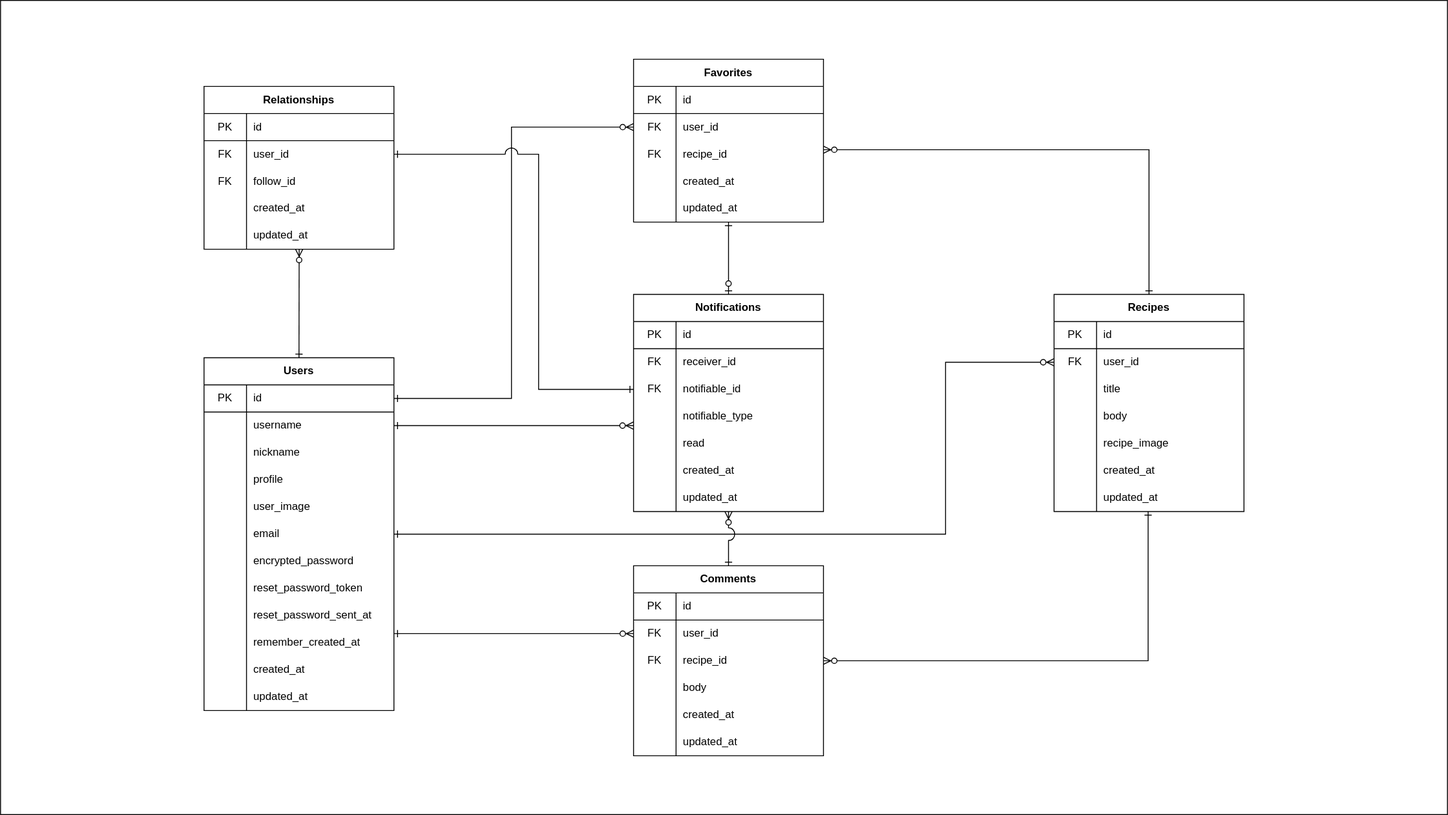
kwtuku/recipegram keeps this draw.io diagram as er_diagram.drawio.svg. Above is the earlier version. Source tidied: cells renumbered, new cells last; positions are measured from the earlier drawing's top-left corner, leaving out a move shared by most shapes.
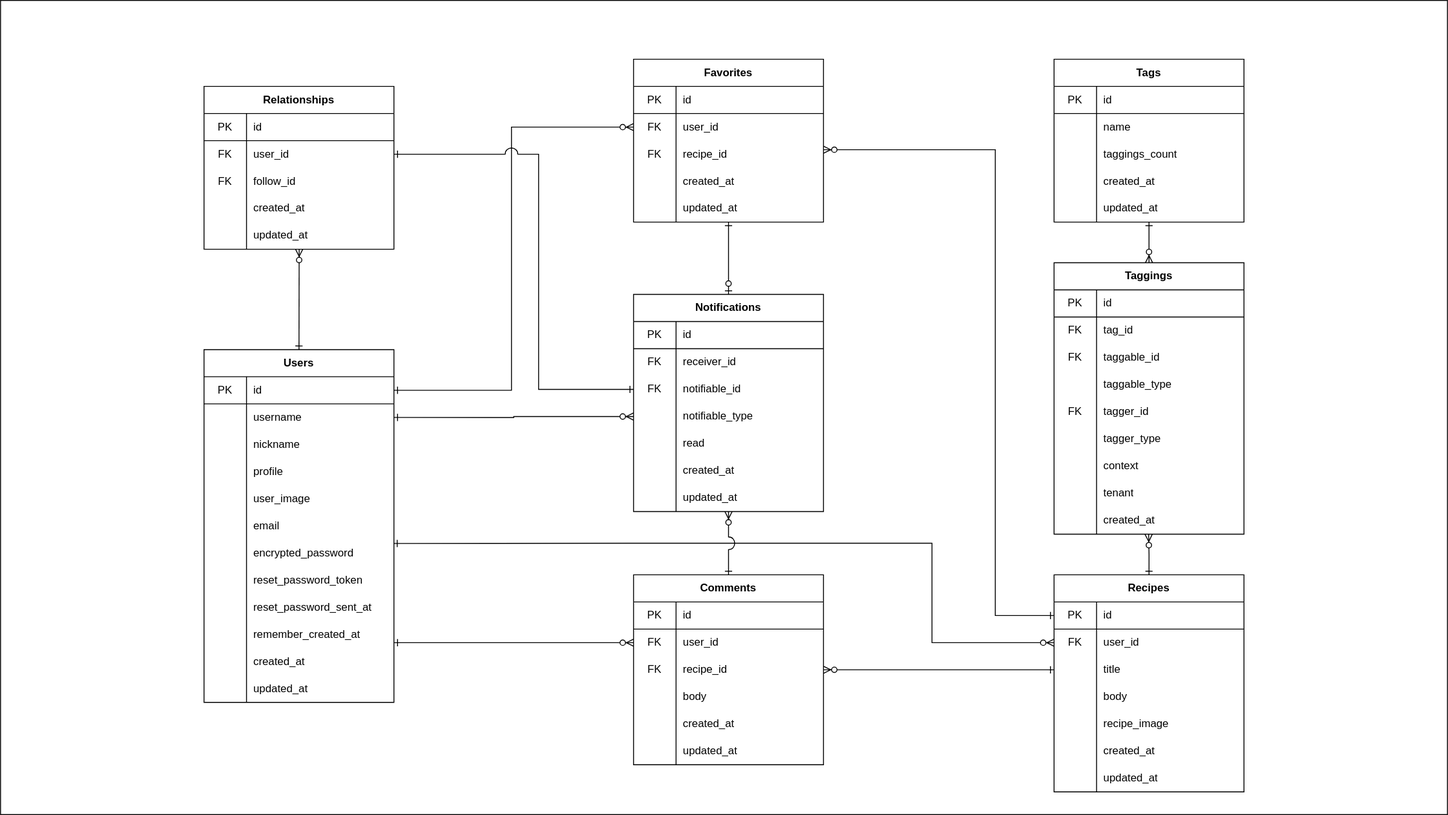
After the change.

Commit message:
chore: ER図とREADMEにタグ機能の詳細を追加

The edit, as a diff of the source:
```diff
@@ -6,7 +6,7 @@
       <mxGeometry width="1600" height="900" as="geometry" />
     </mxCell>
     <mxCell id="3" value="Users" style="shape=table;html=1;whiteSpace=wrap;startSize=30;rowLines=0;fontStyle=1;align=center;" parent="1" vertex="1">
-      <mxGeometry x="225" y="395" width="210" height="390" as="geometry" />
+      <mxGeometry x="225" y="386" width="210" height="390" as="geometry" />
     </mxCell>
     <mxCell id="4" style="shape=partialRectangle;html=1;whiteSpace=wrap;fillColor=none;top=0;left=0;bottom=1;right=0;points=[[0,0.5],[1,0.5]];portConstraint=eastwest;" parent="3" vertex="1">
       <mxGeometry y="30" width="210" height="30" as="geometry" />
@@ -123,8 +123,11 @@
         </Array>
       </mxGeometry>
     </mxCell>
+    <mxCell id="147" style="edgeStyle=orthogonalEdgeStyle;rounded=0;jettySize=auto;html=1;exitX=0.5;exitY=0;exitDx=0;exitDy=0;entryX=0.498;entryY=1.008;entryDx=0;entryDy=0;entryPerimeter=0;startArrow=ERone;startFill=0;endArrow=ERzeroToMany;endFill=1;" parent="1" edge="1" source="41" target="190">
+      <mxGeometry relative="1" as="geometry" />
+    </mxCell>
     <mxCell id="41" value="Recipes" style="shape=table;html=1;whiteSpace=wrap;startSize=30;rowLines=0;fontStyle=1;align=center;" parent="1" vertex="1">
-      <mxGeometry x="1165" y="325" width="210" height="240" as="geometry" />
+      <mxGeometry x="1165" y="635" width="210" height="240" as="geometry" />
     </mxCell>
     <mxCell id="42" style="shape=partialRectangle;html=1;whiteSpace=wrap;fillColor=none;top=0;left=0;bottom=1;right=0;points=[[0,0.5],[1,0.5]];portConstraint=eastwest;" parent="41" vertex="1">
       <mxGeometry y="30" width="210" height="30" as="geometry" />
@@ -190,7 +193,7 @@
       <mxGeometry x="47" width="163" height="30" as="geometry" />
     </mxCell>
     <mxCell id="63" value="Comments" style="shape=table;html=1;whiteSpace=wrap;startSize=30;rowLines=0;fontStyle=1;align=center;flipH=1;" parent="1" vertex="1">
-      <mxGeometry x="700" y="625" width="210" height="210" as="geometry" />
+      <mxGeometry x="700" y="635" width="210" height="210" as="geometry" />
     </mxCell>
     <mxCell id="64" style="shape=partialRectangle;html=1;whiteSpace=wrap;fillColor=none;top=0;left=0;bottom=1;right=0;" parent="63" vertex="1">
       <mxGeometry y="30" width="210" height="30" as="geometry" />
@@ -413,13 +416,13 @@
     </mxCell>
     <mxCell id="137" style="edgeStyle=none;rounded=0;jettySize=auto;html=1;startArrow=ERone;startFill=0;endArrow=ERzeroToMany;endFill=1;entryX=0;entryY=0.5;entryDx=0;entryDy=0;" parent="1" edge="1" target="67">
       <mxGeometry relative="1" as="geometry">
-        <mxPoint x="435" y="700" as="sourcePoint" />
+        <mxPoint x="435" y="710" as="sourcePoint" />
       </mxGeometry>
     </mxCell>
     <mxCell id="138" style="edgeStyle=none;rounded=0;jettySize=auto;html=1;entryX=0;entryY=0.5;entryDx=0;entryDy=0;startArrow=ERone;startFill=0;endArrow=ERzeroToMany;endFill=1;exitX=1;exitY=0.5;exitDx=0;exitDy=0;" parent="1" edge="1" source="4" target="86">
       <mxGeometry relative="1" as="geometry">
         <Array as="points">
-          <mxPoint x="565" y="440" />
+          <mxPoint x="565" y="431" />
           <mxPoint x="565" y="140" />
         </Array>
       </mxGeometry>
@@ -429,32 +432,28 @@
         <mxPoint x="431" y="665" as="sourcePoint" />
       </mxGeometry>
     </mxCell>
-    <mxCell id="140" style="edgeStyle=none;rounded=0;jettySize=auto;html=1;startArrow=ERone;startFill=0;endArrow=ERzeroToMany;endFill=1;exitX=1;exitY=0.5;exitDx=0;exitDy=0;entryX=0;entryY=0.5;entryDx=0;entryDy=0;" parent="1" edge="1" source="19" target="45">
+    <mxCell id="140" style="edgeStyle=none;rounded=0;jettySize=auto;html=1;startArrow=ERone;startFill=0;endArrow=ERzeroToMany;endFill=1;entryX=0;entryY=0.5;entryDx=0;entryDy=0;exitX=0.998;exitY=0.144;exitDx=0;exitDy=0;exitPerimeter=0;" parent="1" edge="1" source="22" target="45">
       <mxGeometry relative="1" as="geometry">
         <Array as="points">
-          <mxPoint x="695" y="590" />
-          <mxPoint x="1045" y="590" />
-          <mxPoint x="1045" y="400" />
+          <mxPoint x="695" y="600" />
+          <mxPoint x="1030" y="600" />
+          <mxPoint x="1030" y="710" />
         </Array>
       </mxGeometry>
     </mxCell>
-    <mxCell id="141" style="edgeStyle=none;rounded=0;jettySize=auto;html=1;startArrow=ERone;startFill=0;endArrow=ERzeroToMany;endFill=1;entryX=1;entryY=0.5;entryDx=0;entryDy=0;" parent="1" edge="1" target="70">
-      <mxGeometry relative="1" as="geometry">
-        <mxPoint x="1269" y="565" as="sourcePoint" />
-        <Array as="points">
-          <mxPoint x="1269" y="730" />
-        </Array>
-      </mxGeometry>
+    <mxCell id="141" style="edgeStyle=none;rounded=0;jettySize=auto;html=1;startArrow=ERone;startFill=0;endArrow=ERzeroToMany;endFill=1;entryX=1;entryY=0.5;entryDx=0;entryDy=0;exitX=0;exitY=0.5;exitDx=0;exitDy=0;" parent="1" edge="1" source="48" target="70">
+      <mxGeometry relative="1" as="geometry" />
     </mxCell>
-    <mxCell id="142" style="edgeStyle=none;rounded=0;jettySize=auto;html=1;startArrow=ERone;startFill=0;endArrow=ERzeroToMany;endFill=1;exitX=0.5;exitY=0;exitDx=0;exitDy=0;" parent="1" edge="1" source="41">
+    <mxCell id="142" style="edgeStyle=none;rounded=0;jettySize=auto;html=1;startArrow=ERone;startFill=0;endArrow=ERzeroToMany;endFill=1;exitX=0;exitY=0.5;exitDx=0;exitDy=0;" parent="1" edge="1" source="42">
       <mxGeometry relative="1" as="geometry">
         <mxPoint x="910" y="165" as="targetPoint" />
         <Array as="points">
-          <mxPoint x="1270" y="165" />
+          <mxPoint x="1100" y="680" />
+          <mxPoint x="1100" y="165" />
         </Array>
       </mxGeometry>
     </mxCell>
-    <mxCell id="143" style="edgeStyle=orthogonalEdgeStyle;rounded=0;jumpStyle=arc;jumpSize=14;jettySize=auto;html=1;exitX=1;exitY=0.5;exitDx=0;exitDy=0;startArrow=ERone;startFill=0;endArrow=ERzeroToMany;endFill=1;entryX=-0.001;entryY=0.834;entryDx=0;entryDy=0;entryPerimeter=0;" parent="1" edge="1" source="7" target="124">
+    <mxCell id="143" style="edgeStyle=orthogonalEdgeStyle;rounded=0;jumpStyle=arc;jumpSize=14;jettySize=auto;html=1;exitX=1;exitY=0.5;exitDx=0;exitDy=0;startArrow=ERone;startFill=0;endArrow=ERzeroToMany;endFill=1;entryX=0;entryY=0.5;entryDx=0;entryDy=0;" parent="1" edge="1" source="7" target="124">
       <mxGeometry relative="1" as="geometry" />
     </mxCell>
     <mxCell id="144" style="edgeStyle=orthogonalEdgeStyle;rounded=0;jettySize=auto;html=1;exitX=1;exitY=0.5;exitDx=0;exitDy=0;entryX=0;entryY=0.5;entryDx=0;entryDy=0;jumpStyle=arc;jumpSize=14;startArrow=ERone;startFill=0;endArrow=ERone;endFill=0;" parent="1" edge="1" source="102" target="121">
@@ -475,5 +474,140 @@
         <mxPoint x="805" y="565" as="targetPoint" />
       </mxGeometry>
     </mxCell>
+    <mxCell id="148" style="edgeStyle=none;rounded=0;jettySize=auto;html=1;exitX=0.5;exitY=1;exitDx=0;exitDy=0;entryX=0.5;entryY=0;entryDx=0;entryDy=0;startArrow=ERone;startFill=0;endArrow=ERzeroToMany;endFill=1;" parent="1" edge="1" source="149" target="165">
+      <mxGeometry relative="1" as="geometry" />
+    </mxCell>
+    <mxCell id="149" value="Tags" style="shape=table;html=1;whiteSpace=wrap;startSize=30;rowLines=0;fontStyle=1;align=center;" parent="1" vertex="1">
+      <mxGeometry x="1165" y="65" width="210" height="180" as="geometry" />
+    </mxCell>
+    <mxCell id="150" style="shape=partialRectangle;html=1;whiteSpace=wrap;fillColor=none;top=0;left=0;bottom=1;right=0;" parent="149" vertex="1">
+      <mxGeometry y="30" width="210" height="30" as="geometry" />
+    </mxCell>
+    <mxCell id="151" value="PK" style="shape=partialRectangle;html=1;whiteSpace=wrap;fillColor=none;top=0;left=0;bottom=0;right=0;overflow=hidden;" parent="150" vertex="1">
+      <mxGeometry width="47" height="30" as="geometry" />
+    </mxCell>
+    <mxCell id="152" value="id" style="shape=partialRectangle;html=1;whiteSpace=wrap;fillColor=none;top=0;left=0;bottom=0;right=0;align=left;spacingLeft=6;overflow=hidden;" parent="150" vertex="1">
+      <mxGeometry x="47" width="163" height="30" as="geometry" />
+    </mxCell>
+    <mxCell id="153" style="shape=partialRectangle;html=1;whiteSpace=wrap;fillColor=none;top=0;left=0;bottom=0;right=0;" parent="149" vertex="1">
+      <mxGeometry y="60" width="210" height="30" as="geometry" />
+    </mxCell>
+    <mxCell id="154" style="shape=partialRectangle;html=1;whiteSpace=wrap;fillColor=none;top=0;left=0;bottom=0;right=0;overflow=hidden;" parent="153" vertex="1">
+      <mxGeometry width="47" height="30" as="geometry" />
+    </mxCell>
+    <mxCell id="155" value="name" style="shape=partialRectangle;html=1;whiteSpace=wrap;fillColor=none;top=0;left=0;bottom=0;right=0;align=left;spacingLeft=6;overflow=hidden;" parent="153" vertex="1">
+      <mxGeometry x="47" width="163" height="30" as="geometry" />
+    </mxCell>
+    <mxCell id="156" style="shape=partialRectangle;html=1;whiteSpace=wrap;fillColor=none;top=0;left=0;bottom=0;right=0;" parent="149" vertex="1">
+      <mxGeometry y="90" width="210" height="30" as="geometry" />
+    </mxCell>
+    <mxCell id="157" style="shape=partialRectangle;html=1;whiteSpace=wrap;fillColor=none;top=0;left=0;bottom=0;right=0;overflow=hidden;" parent="156" vertex="1">
+      <mxGeometry width="47" height="30" as="geometry" />
+    </mxCell>
+    <mxCell id="158" value="taggings_count" style="shape=partialRectangle;html=1;whiteSpace=wrap;fillColor=none;top=0;left=0;bottom=0;right=0;align=left;spacingLeft=6;overflow=hidden;" parent="156" vertex="1">
+      <mxGeometry x="47" width="163" height="30" as="geometry" />
+    </mxCell>
+    <mxCell id="159" style="shape=partialRectangle;html=1;whiteSpace=wrap;fillColor=none;top=0;left=0;bottom=0;right=0;" parent="149" vertex="1">
+      <mxGeometry y="120" width="210" height="30" as="geometry" />
+    </mxCell>
+    <mxCell id="160" style="shape=partialRectangle;html=1;whiteSpace=wrap;fillColor=none;top=0;left=0;bottom=0;right=0;overflow=hidden;" parent="159" vertex="1">
+      <mxGeometry width="47" height="30" as="geometry" />
+    </mxCell>
+    <mxCell id="161" value="created_at" style="shape=partialRectangle;html=1;whiteSpace=wrap;fillColor=none;top=0;left=0;bottom=0;right=0;align=left;spacingLeft=6;overflow=hidden;" parent="159" vertex="1">
+      <mxGeometry x="47" width="163" height="30" as="geometry" />
+    </mxCell>
+    <mxCell id="162" style="shape=partialRectangle;html=1;whiteSpace=wrap;fillColor=none;top=0;left=0;bottom=0;right=0;" parent="149" vertex="1">
+      <mxGeometry y="150" width="210" height="30" as="geometry" />
+    </mxCell>
+    <mxCell id="163" style="shape=partialRectangle;html=1;whiteSpace=wrap;fillColor=none;top=0;left=0;bottom=0;right=0;overflow=hidden;" parent="162" vertex="1">
+      <mxGeometry width="47" height="30" as="geometry" />
+    </mxCell>
+    <mxCell id="164" value="updated_at" style="shape=partialRectangle;html=1;whiteSpace=wrap;fillColor=none;top=0;left=0;bottom=0;right=0;align=left;spacingLeft=6;overflow=hidden;" parent="162" vertex="1">
+      <mxGeometry x="47" width="163" height="30" as="geometry" />
+    </mxCell>
+    <mxCell id="165" value="Taggings" style="shape=table;html=1;whiteSpace=wrap;startSize=30;rowLines=0;fontStyle=1;align=center;" parent="1" vertex="1">
+      <mxGeometry x="1165" y="290" width="210" height="300" as="geometry" />
+    </mxCell>
+    <mxCell id="166" style="shape=partialRectangle;html=1;whiteSpace=wrap;fillColor=none;top=0;left=0;bottom=1;right=0;" parent="165" vertex="1">
+      <mxGeometry y="30" width="210" height="30" as="geometry" />
+    </mxCell>
+    <mxCell id="167" value="PK" style="shape=partialRectangle;html=1;whiteSpace=wrap;fillColor=none;top=0;left=0;bottom=0;right=0;overflow=hidden;" parent="166" vertex="1">
+      <mxGeometry width="47" height="30" as="geometry" />
+    </mxCell>
+    <mxCell id="168" value="id" style="shape=partialRectangle;html=1;whiteSpace=wrap;fillColor=none;top=0;left=0;bottom=0;right=0;align=left;spacingLeft=6;overflow=hidden;" parent="166" vertex="1">
+      <mxGeometry x="47" width="163" height="30" as="geometry" />
+    </mxCell>
+    <mxCell id="169" style="shape=partialRectangle;html=1;whiteSpace=wrap;fillColor=none;top=0;left=0;bottom=0;right=0;" parent="165" vertex="1">
+      <mxGeometry y="60" width="210" height="30" as="geometry" />
+    </mxCell>
+    <mxCell id="170" value="FK" style="shape=partialRectangle;html=1;whiteSpace=wrap;fillColor=none;top=0;left=0;bottom=0;right=0;overflow=hidden;" parent="169" vertex="1">
+      <mxGeometry width="47" height="30" as="geometry" />
+    </mxCell>
+    <mxCell id="171" value="tag_id&lt;br&gt;" style="shape=partialRectangle;html=1;whiteSpace=wrap;fillColor=none;top=0;left=0;bottom=0;right=0;align=left;spacingLeft=6;overflow=hidden;" parent="169" vertex="1">
+      <mxGeometry x="47" width="163" height="30" as="geometry" />
+    </mxCell>
+    <mxCell id="172" style="shape=partialRectangle;html=1;whiteSpace=wrap;fillColor=none;top=0;left=0;bottom=0;right=0;" parent="165" vertex="1">
+      <mxGeometry y="90" width="210" height="30" as="geometry" />
+    </mxCell>
+    <mxCell id="173" value="FK" style="shape=partialRectangle;html=1;whiteSpace=wrap;fillColor=none;top=0;left=0;bottom=0;right=0;overflow=hidden;" parent="172" vertex="1">
+      <mxGeometry width="47" height="30" as="geometry" />
+    </mxCell>
+    <mxCell id="174" value="taggable_id" style="shape=partialRectangle;html=1;whiteSpace=wrap;fillColor=none;top=0;left=0;bottom=0;right=0;align=left;spacingLeft=6;overflow=hidden;" parent="172" vertex="1">
+      <mxGeometry x="47" width="163" height="30" as="geometry" />
+    </mxCell>
+    <mxCell id="175" style="shape=partialRectangle;html=1;whiteSpace=wrap;fillColor=none;top=0;left=0;bottom=0;right=0;" parent="165" vertex="1">
+      <mxGeometry y="120" width="210" height="30" as="geometry" />
+    </mxCell>
+    <mxCell id="176" style="shape=partialRectangle;html=1;whiteSpace=wrap;fillColor=none;top=0;left=0;bottom=0;right=0;overflow=hidden;" parent="175" vertex="1">
+      <mxGeometry width="47" height="30" as="geometry" />
+    </mxCell>
+    <mxCell id="177" value="taggable_type" style="shape=partialRectangle;html=1;whiteSpace=wrap;fillColor=none;top=0;left=0;bottom=0;right=0;align=left;spacingLeft=6;overflow=hidden;" parent="175" vertex="1">
+      <mxGeometry x="47" width="163" height="30" as="geometry" />
+    </mxCell>
+    <mxCell id="178" style="shape=partialRectangle;html=1;whiteSpace=wrap;fillColor=none;top=0;left=0;bottom=0;right=0;" parent="165" vertex="1">
+      <mxGeometry y="150" width="210" height="30" as="geometry" />
+    </mxCell>
+    <mxCell id="179" value="FK" style="shape=partialRectangle;html=1;whiteSpace=wrap;fillColor=none;top=0;left=0;bottom=0;right=0;overflow=hidden;" parent="178" vertex="1">
+      <mxGeometry width="47" height="30" as="geometry" />
+    </mxCell>
+    <mxCell id="180" value="tagger_id" style="shape=partialRectangle;html=1;whiteSpace=wrap;fillColor=none;top=0;left=0;bottom=0;right=0;align=left;spacingLeft=6;overflow=hidden;" parent="178" vertex="1">
+      <mxGeometry x="47" width="163" height="30" as="geometry" />
+    </mxCell>
+    <mxCell id="181" style="shape=partialRectangle;html=1;whiteSpace=wrap;fillColor=none;top=0;left=0;bottom=0;right=0;" parent="165" vertex="1">
+      <mxGeometry y="180" width="210" height="30" as="geometry" />
+    </mxCell>
+    <mxCell id="182" style="shape=partialRectangle;html=1;whiteSpace=wrap;fillColor=none;top=0;left=0;bottom=0;right=0;overflow=hidden;" parent="181" vertex="1">
+      <mxGeometry width="47" height="30" as="geometry" />
+    </mxCell>
+    <mxCell id="183" value="tagger_type" style="shape=partialRectangle;html=1;whiteSpace=wrap;fillColor=none;top=0;left=0;bottom=0;right=0;align=left;spacingLeft=6;overflow=hidden;" parent="181" vertex="1">
+      <mxGeometry x="47" width="163" height="30" as="geometry" />
+    </mxCell>
+    <mxCell id="184" style="shape=partialRectangle;html=1;whiteSpace=wrap;fillColor=none;top=0;left=0;bottom=0;right=0;" parent="165" vertex="1">
+      <mxGeometry y="210" width="210" height="30" as="geometry" />
+    </mxCell>
+    <mxCell id="185" style="shape=partialRectangle;html=1;whiteSpace=wrap;fillColor=none;top=0;left=0;bottom=0;right=0;overflow=hidden;" parent="184" vertex="1">
+      <mxGeometry width="47" height="30" as="geometry" />
+    </mxCell>
+    <mxCell id="186" value="context" style="shape=partialRectangle;html=1;whiteSpace=wrap;fillColor=none;top=0;left=0;bottom=0;right=0;align=left;spacingLeft=6;overflow=hidden;" parent="184" vertex="1">
+      <mxGeometry x="47" width="163" height="30" as="geometry" />
+    </mxCell>
+    <mxCell id="187" style="shape=partialRectangle;html=1;whiteSpace=wrap;fillColor=none;top=0;left=0;bottom=0;right=0;" parent="165" vertex="1">
+      <mxGeometry y="240" width="210" height="30" as="geometry" />
+    </mxCell>
+    <mxCell id="188" style="shape=partialRectangle;html=1;whiteSpace=wrap;fillColor=none;top=0;left=0;bottom=0;right=0;overflow=hidden;" parent="187" vertex="1">
+      <mxGeometry width="47" height="30" as="geometry" />
+    </mxCell>
+    <mxCell id="189" value="tenant" style="shape=partialRectangle;html=1;whiteSpace=wrap;fillColor=none;top=0;left=0;bottom=0;right=0;align=left;spacingLeft=6;overflow=hidden;" parent="187" vertex="1">
+      <mxGeometry x="47" width="163" height="30" as="geometry" />
+    </mxCell>
+    <mxCell id="190" style="shape=partialRectangle;html=1;whiteSpace=wrap;fillColor=none;top=0;left=0;bottom=0;right=0;points=[[0,0.5],[1,0.5]];portConstraint=eastwest;" parent="165" vertex="1">
+      <mxGeometry y="270" width="210" height="30" as="geometry" />
+    </mxCell>
+    <mxCell id="191" style="shape=partialRectangle;html=1;whiteSpace=wrap;fillColor=none;top=0;left=0;bottom=0;right=0;overflow=hidden;" parent="190" vertex="1">
+      <mxGeometry width="47" height="30" as="geometry" />
+    </mxCell>
+    <mxCell id="192" value="created_at" style="shape=partialRectangle;html=1;whiteSpace=wrap;fillColor=none;top=0;left=0;bottom=0;right=0;align=left;spacingLeft=6;overflow=hidden;" parent="190" vertex="1">
+      <mxGeometry x="47" width="163" height="30" as="geometry" />
+    </mxCell>
   </root>
 </mxGraphModel>
```
